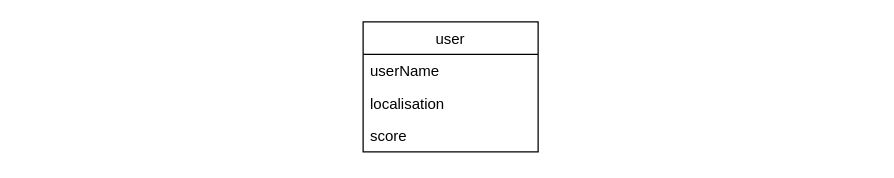
Before: database/scores.drawio in Baboo81/SpookyCode, a draw.io diagram. Source tidied: cells renumbered, new cells numbered last; positions are measured from the earlier drawing's top-left corner, leaving out a move shared by most shapes. Both pictures are drawn from the tidied source at 125%, with x=0, y=0 at pixel (362, 21).
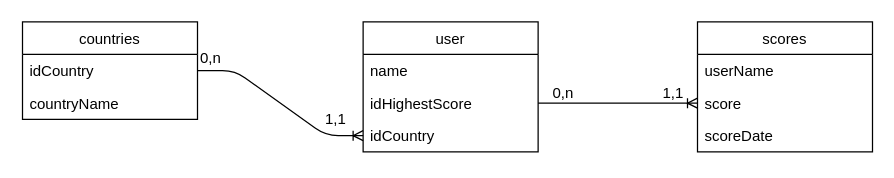
Above is the later version.

Change to the diagram source:
```diff
@@
 <mxGraphModel>
   <root>
     <mxCell id="0" />
     <mxCell id="1" parent="0" />
     <mxCell id="2" value="user" style="swimlane;fontStyle=0;horizontal=1;startSize=26;fillColor=none;" parent="1" vertex="1">
       <mxGeometry width="140" height="104" as="geometry" />
     </mxCell>
-    <mxCell id="3" value="userName" style="text;strokeColor=none;fillColor=none;align=left;verticalAlign=top;spacingLeft=4;spacingRight=4;overflow=hidden;" parent="2" vertex="1">
+    <mxCell id="3" value="name" style="text;strokeColor=none;fillColor=none;align=left;verticalAlign=top;spacingLeft=4;spacingRight=4;overflow=hidden;" parent="2" vertex="1">
       <mxGeometry y="26" width="140" height="26" as="geometry" />
     </mxCell>
+    <mxCell id="5" value="idHighestScore" style="text;strokeColor=none;fillColor=none;align=left;verticalAlign=top;spacingLeft=4;spacingRight=4;overflow=hidden;points=[[0,0.5],[1,0.5]];portConstraint=eastwest;" parent="2" vertex="1">
+      <mxGeometry y="52" width="140" height="26" as="geometry" />
+    </mxCell>
-    <mxCell id="4" value="localisation" style="text;strokeColor=none;fillColor=none;align=left;verticalAlign=top;spacingLeft=4;spacingRight=4;overflow=hidden;points=[[0,0.5],[1,0.5]];portConstraint=eastwest;" parent="2" vertex="1">
-      <mxGeometry y="52" width="140" height="26" as="geometry" />
+    <mxCell id="4" value="idCountry" style="text;strokeColor=none;fillColor=none;align=left;verticalAlign=top;spacingLeft=4;spacingRight=4;overflow=hidden;points=[[0,0.5],[1,0.5]];portConstraint=eastwest;" parent="2" vertex="1">
+      <mxGeometry y="78" width="140" height="26" as="geometry" />
     </mxCell>
-    <mxCell id="5" value="score" style="text;strokeColor=none;fillColor=none;align=left;verticalAlign=top;spacingLeft=4;spacingRight=4;overflow=hidden;points=[[0,0.5],[1,0.5]];portConstraint=eastwest;" parent="2" vertex="1">
-      <mxGeometry y="78" width="140" height="26" as="geometry" />
-    </mxCell>
+    <mxCell id="6" value="scores" style="swimlane;fontStyle=0;horizontal=1;startSize=26;fillColor=none;" parent="1" vertex="1">
+      <mxGeometry x="267.5" width="140" height="104" as="geometry" />
+    </mxCell>
+    <mxCell id="7" value="userName" style="text;strokeColor=none;fillColor=none;align=left;verticalAlign=top;spacingLeft=4;spacingRight=4;overflow=hidden;" parent="6" vertex="1">
+      <mxGeometry y="26" width="140" height="26" as="geometry" />
+    </mxCell>
+    <mxCell id="8" value="score" style="text;strokeColor=none;fillColor=none;align=left;verticalAlign=top;spacingLeft=4;spacingRight=4;overflow=hidden;points=[[0,0.5],[1,0.5]];portConstraint=eastwest;" parent="6" vertex="1">
+      <mxGeometry y="52" width="140" height="26" as="geometry" />
+    </mxCell>
+    <mxCell id="9" value="scoreDate" style="text;strokeColor=none;fillColor=none;align=left;verticalAlign=top;spacingLeft=4;spacingRight=4;overflow=hidden;" parent="6" vertex="1">
+      <mxGeometry y="78" width="140" height="26" as="geometry" />
+    </mxCell>
+    <mxCell id="10" value="countries" style="swimlane;fontStyle=0;horizontal=1;startSize=26;fillColor=none;" parent="1" vertex="1">
+      <mxGeometry x="-272.5" width="140" height="78" as="geometry" />
+    </mxCell>
+    <mxCell id="11" value="idCountry" style="text;strokeColor=none;fillColor=none;align=left;verticalAlign=top;spacingLeft=4;spacingRight=4;overflow=hidden;" parent="10" vertex="1">
+      <mxGeometry y="26" width="140" height="26" as="geometry" />
+    </mxCell>
+    <mxCell id="12" value="countryName" style="text;strokeColor=none;fillColor=none;align=left;verticalAlign=top;spacingLeft=4;spacingRight=4;overflow=hidden;" parent="10" vertex="1">
+      <mxGeometry y="52" width="140" height="26" as="geometry" />
+    </mxCell>
+    <mxCell id="13" style="edgeStyle=entityRelationEdgeStyle;fontSize=12;html=1;endArrow=ERoneToMany;entryX=0;entryY=0.5;entryDx=0;entryDy=0;" parent="1" edge="1" target="4">
+      <mxGeometry relative="1" as="geometry">
+        <mxPoint x="-132.5" y="39" as="sourcePoint" />
+      </mxGeometry>
+    </mxCell>
+    <mxCell id="14" value="1,1" style="text;html=1;align=left;verticalAlign=top;spacingTop=-4;" parent="1" vertex="1">
+      <mxGeometry x="-32.5" y="68" width="30" height="20" as="geometry" />
+    </mxCell>
+    <mxCell id="15" value="0,n" style="text;html=1;align=left;verticalAlign=top;spacingTop=-4;" parent="1" vertex="1">
+      <mxGeometry x="-132.5" y="19" width="30" height="20" as="geometry" />
+    </mxCell>
+    <mxCell id="16" style="edgeStyle=entityRelationEdgeStyle;fontSize=12;html=1;endArrow=ERoneToMany;exitX=1;exitY=0.5;exitDx=0;exitDy=0;entryX=0;entryY=0.5;entryDx=0;entryDy=0;" parent="1" edge="1" source="5" target="8">
+      <mxGeometry relative="1" as="geometry" />
+    </mxCell>
+    <mxCell id="17" value="0,n" style="text;html=1;align=left;verticalAlign=top;spacingTop=-4;" parent="1" vertex="1">
+      <mxGeometry x="149.5" y="47" width="30" height="20" as="geometry" />
+    </mxCell>
+    <mxCell id="18" value="1,1" style="text;html=1;align=left;verticalAlign=top;spacingTop=-4;" parent="1" vertex="1">
+      <mxGeometry x="237.5" y="47" width="30" height="20" as="geometry" />
+    </mxCell>
   </root>
 </mxGraphModel>
```
